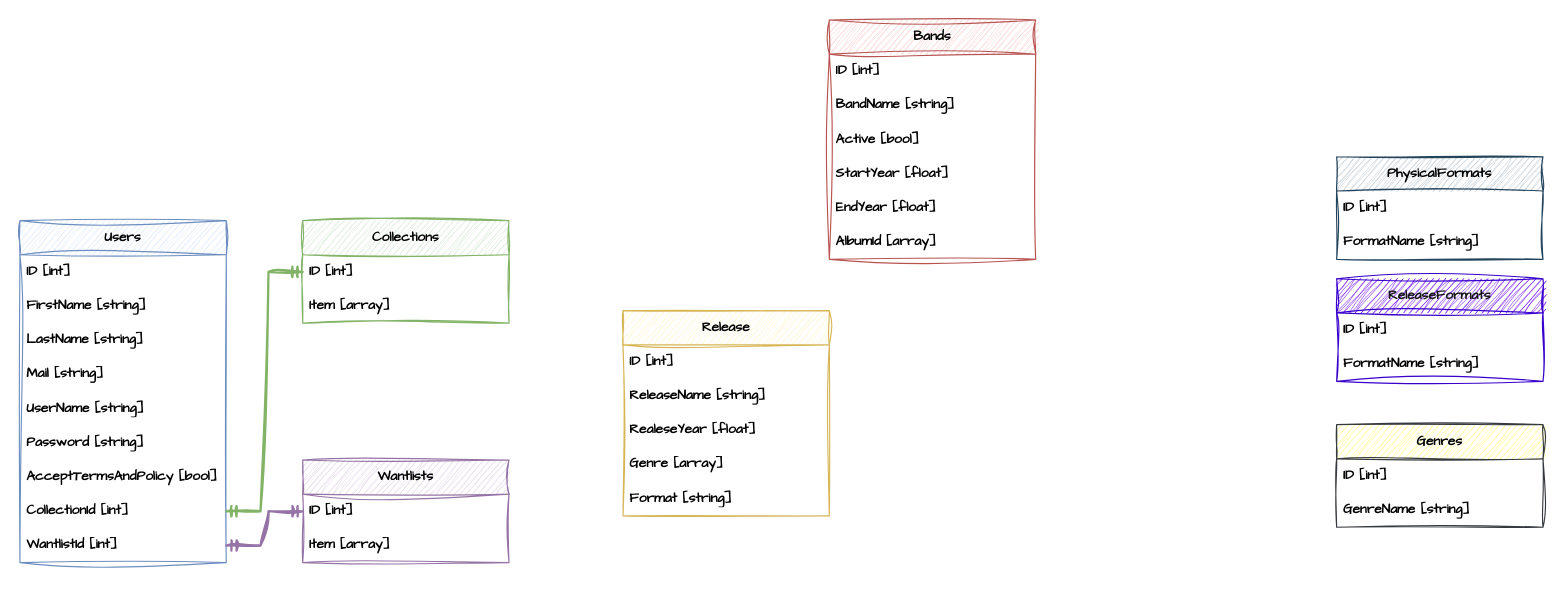
The draw.io diagram CollectionDiagram.drawio in AzadeganFreedom/CollectionDiagram, before the edit. Source tidied: cells renumbered, new cells numbered last; positions are measured from the earlier drawing's top-left corner, leaving out a move shared by most shapes. Both pictures are drawn from the tidied source at 114%, with x=0, y=0 at pixel (19, 19).
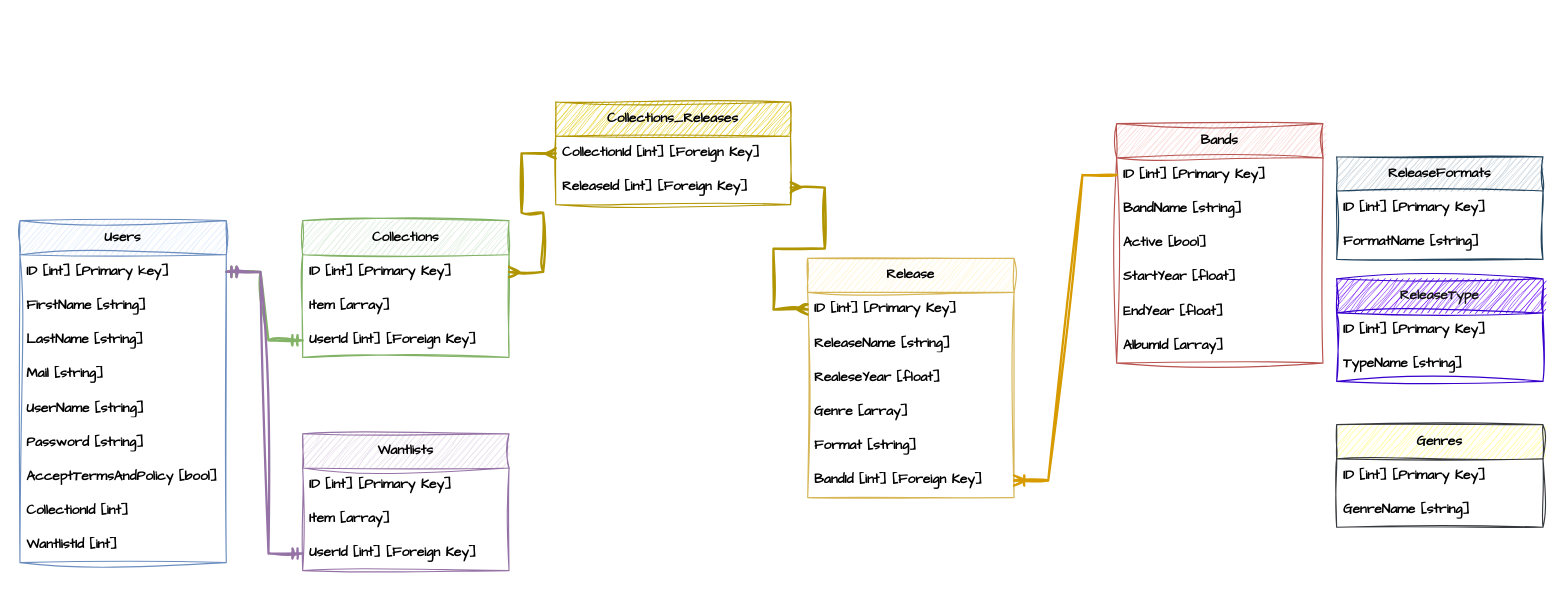
After the change.

Unchanged cells that the change refers to:
```xml
<mxCell id="2" value="&lt;span&gt;Users&lt;/span&gt;" style="swimlane;fontStyle=1;horizontal=1;startSize=30;whiteSpace=wrap;html=1;sketch=1;hachureGap=4;jiggle=2;curveFitting=1;fontFamily=Architects Daughter;fillColor=#dae8fc;strokeColor=#6c8ebf;" parent="1" vertex="1">
  <mxGeometry y="176" width="181" height="300" as="geometry" />
</mxCell>
<mxCell id="10" value="CollectionId [int]" style="text;strokeColor=none;fillColor=none;align=left;verticalAlign=middle;spacingLeft=4;spacingRight=4;overflow=hidden;points=[[0,0.5],[1,0.5]];portConstraint=eastwest;whiteSpace=wrap;html=1;fontFamily=Architects Daughter;fontStyle=1;" parent="2" vertex="1">
  <mxGeometry y="240" width="181" height="30" as="geometry" />
</mxCell>
<mxCell id="11" value="WantlistId [int]" style="text;strokeColor=none;fillColor=none;align=left;verticalAlign=middle;spacingLeft=4;spacingRight=4;overflow=hidden;points=[[0,0.5],[1,0.5]];portConstraint=eastwest;whiteSpace=wrap;html=1;fontFamily=Architects Daughter;fontStyle=1;" parent="2" vertex="1">
  <mxGeometry y="270" width="181" height="30" as="geometry" />
</mxCell>
<mxCell id="28" value="&lt;span&gt;Genres&lt;/span&gt;" style="swimlane;fontStyle=1;horizontal=1;startSize=30;whiteSpace=wrap;html=1;sketch=1;hachureGap=4;jiggle=2;curveFitting=1;fontFamily=Architects Daughter;fillColor=#ffff88;strokeColor=#36393d;" parent="1" vertex="1">
  <mxGeometry x="1155" y="355" width="181" height="90" as="geometry" />
</mxCell>
```

The edit, as a diff of the source:
```diff
@@
-    <mxCell id="3" value="ID [int]" style="text;strokeColor=none;fillColor=none;align=left;verticalAlign=middle;spacingLeft=4;spacingRight=4;overflow=hidden;points=[[0,0.5],[1,0.5]];portConstraint=eastwest;whiteSpace=wrap;html=1;fontFamily=Architects Daughter;fontStyle=1;" parent="2" vertex="1">
+    <mxCell id="3" value="ID [int] [Primary key]" style="text;strokeColor=none;fillColor=none;align=left;verticalAlign=middle;spacingLeft=4;spacingRight=4;overflow=hidden;points=[[0,0.5],[1,0.5]];portConstraint=eastwest;whiteSpace=wrap;html=1;fontFamily=Architects Daughter;fontStyle=1;" parent="2" vertex="1">
       <mxGeometry y="30" width="181" height="30" as="geometry" />
     </mxCell>
@@
     <mxCell id="12" value="&lt;span&gt;Collections&lt;/span&gt;" style="swimlane;fontStyle=1;horizontal=1;startSize=30;whiteSpace=wrap;html=1;sketch=1;hachureGap=4;jiggle=2;curveFitting=1;fontFamily=Architects Daughter;fillColor=#d5e8d4;strokeColor=#82b366;" parent="1" vertex="1">
-      <mxGeometry x="248" y="176" width="181" height="90" as="geometry" />
+      <mxGeometry x="248" y="176" width="181" height="120" as="geometry" />
     </mxCell>
-    <mxCell id="13" value="ID [int]" style="text;strokeColor=none;fillColor=none;align=left;verticalAlign=middle;spacingLeft=4;spacingRight=4;overflow=hidden;points=[[0,0.5],[1,0.5]];portConstraint=eastwest;whiteSpace=wrap;html=1;fontFamily=Architects Daughter;fontStyle=1;" parent="12" vertex="1">
+    <mxCell id="13" value="ID [int] [Primary Key]" style="text;strokeColor=none;fillColor=none;align=left;verticalAlign=middle;spacingLeft=4;spacingRight=4;overflow=hidden;points=[[0,0.5],[1,0.5]];portConstraint=eastwest;whiteSpace=wrap;html=1;fontFamily=Architects Daughter;fontStyle=1;" parent="12" vertex="1">
       <mxGeometry y="30" width="181" height="30" as="geometry" />
     </mxCell>
@@
+    <mxCell id="42" value="UserId [int] [Foreign Key]" style="text;strokeColor=none;fillColor=none;align=left;verticalAlign=middle;spacingLeft=4;spacingRight=4;overflow=hidden;points=[[0,0.5],[1,0.5]];portConstraint=eastwest;whiteSpace=wrap;html=1;fontFamily=Architects Daughter;fontStyle=1;" parent="12" vertex="1">
+      <mxGeometry y="90" width="181" height="30" as="geometry" />
+    </mxCell>
     <mxCell id="15" value="&lt;span&gt;Bands&lt;/span&gt;" style="swimlane;fontStyle=1;horizontal=1;startSize=30;whiteSpace=wrap;html=1;sketch=1;hachureGap=4;jiggle=2;curveFitting=1;fontFamily=Architects Daughter;fillColor=#f8cecc;strokeColor=#b85450;" parent="1" vertex="1">
-      <mxGeometry x="710" width="181" height="210" as="geometry" />
+      <mxGeometry x="962" y="91" width="181" height="210" as="geometry" />
     </mxCell>
-    <mxCell id="16" value="ID [int]" style="text;strokeColor=none;fillColor=none;align=left;verticalAlign=middle;spacingLeft=4;spacingRight=4;overflow=hidden;points=[[0,0.5],[1,0.5]];portConstraint=eastwest;whiteSpace=wrap;html=1;fontFamily=Architects Daughter;fontStyle=1;" parent="15" vertex="1">
+    <mxCell id="16" value="ID [int] [Primary Key]" style="text;strokeColor=none;fillColor=none;align=left;verticalAlign=middle;spacingLeft=4;spacingRight=4;overflow=hidden;points=[[0,0.5],[1,0.5]];portConstraint=eastwest;whiteSpace=wrap;html=1;fontFamily=Architects Daughter;fontStyle=1;" parent="15" vertex="1">
       <mxGeometry y="30" width="181" height="30" as="geometry" />
     </mxCell>
@@
     <mxCell id="22" value="&lt;span&gt;Release&lt;/span&gt;" style="swimlane;fontStyle=1;horizontal=1;startSize=30;whiteSpace=wrap;html=1;sketch=1;hachureGap=4;jiggle=2;curveFitting=1;fontFamily=Architects Daughter;fillColor=#fff2cc;strokeColor=#d6b656;" parent="1" vertex="1">
-      <mxGeometry x="529" y="255" width="181" height="180" as="geometry" />
+      <mxGeometry x="691" y="209" width="181" height="210" as="geometry" />
     </mxCell>
-    <mxCell id="23" value="ID [int]" style="text;strokeColor=none;fillColor=none;align=left;verticalAlign=middle;spacingLeft=4;spacingRight=4;overflow=hidden;points=[[0,0.5],[1,0.5]];portConstraint=eastwest;whiteSpace=wrap;html=1;fontFamily=Architects Daughter;fontStyle=1;" parent="22" vertex="1">
+    <mxCell id="23" value="ID [int] [Primary Key]" style="text;strokeColor=none;fillColor=none;align=left;verticalAlign=middle;spacingLeft=4;spacingRight=4;overflow=hidden;points=[[0,0.5],[1,0.5]];portConstraint=eastwest;whiteSpace=wrap;html=1;fontFamily=Architects Daughter;fontStyle=1;" parent="22" vertex="1">
       <mxGeometry y="30" width="181" height="30" as="geometry" />
     </mxCell>
@@
+    <mxCell id="43" value="BandId [int] [Foreign Key]" style="text;strokeColor=none;fillColor=none;align=left;verticalAlign=middle;spacingLeft=4;spacingRight=4;overflow=hidden;points=[[0,0.5],[1,0.5]];portConstraint=eastwest;whiteSpace=wrap;html=1;fontFamily=Architects Daughter;fontStyle=1;" parent="22" vertex="1">
+      <mxGeometry y="180" width="181" height="30" as="geometry" />
+    </mxCell>
@@
-    <mxCell id="29" value="ID [int]" style="text;strokeColor=none;fillColor=none;align=left;verticalAlign=middle;spacingLeft=4;spacingRight=4;overflow=hidden;whiteSpace=wrap;html=1;fontFamily=Architects Daughter;fontStyle=1;" parent="28" vertex="1">
+    <mxCell id="29" value="ID [int] [Primary Key]" style="text;strokeColor=none;fillColor=none;align=left;verticalAlign=middle;spacingLeft=4;spacingRight=4;overflow=hidden;whiteSpace=wrap;html=1;fontFamily=Architects Daughter;fontStyle=1;" parent="28" vertex="1">
       <mxGeometry y="30" width="181" height="30" as="geometry" />
     </mxCell>
@@
     <mxCell id="31" value="&lt;span&gt;Wantlists&lt;/span&gt;" style="swimlane;fontStyle=1;horizontal=1;startSize=30;whiteSpace=wrap;html=1;sketch=1;hachureGap=4;jiggle=2;curveFitting=1;fontFamily=Architects Daughter;fillColor=#e1d5e7;strokeColor=#9673a6;" parent="1" vertex="1">
-      <mxGeometry x="248" y="386" width="181" height="90" as="geometry" />
+      <mxGeometry x="248" y="363" width="181" height="120" as="geometry" />
     </mxCell>
-    <mxCell id="32" value="ID [int]" style="text;strokeColor=none;fillColor=none;align=left;verticalAlign=middle;spacingLeft=4;spacingRight=4;overflow=hidden;points=[[0,0.5],[1,0.5]];portConstraint=eastwest;whiteSpace=wrap;html=1;fontFamily=Architects Daughter;fontStyle=1;" parent="31" vertex="1">
+    <mxCell id="32" value="ID [int] [Primary Key]" style="text;strokeColor=none;fillColor=none;align=left;verticalAlign=middle;spacingLeft=4;spacingRight=4;overflow=hidden;points=[[0,0.5],[1,0.5]];portConstraint=eastwest;whiteSpace=wrap;html=1;fontFamily=Architects Daughter;fontStyle=1;" parent="31" vertex="1">
       <mxGeometry y="30" width="181" height="30" as="geometry" />
     </mxCell>
@@
+    <mxCell id="44" value="UserId [int] [Foreign Key]" style="text;strokeColor=none;fillColor=none;align=left;verticalAlign=middle;spacingLeft=4;spacingRight=4;overflow=hidden;points=[[0,0.5],[1,0.5]];portConstraint=eastwest;whiteSpace=wrap;html=1;fontFamily=Architects Daughter;fontStyle=1;" parent="31" vertex="1">
+      <mxGeometry y="90" width="181" height="30" as="geometry" />
+    </mxCell>
-    <mxCell id="34" value="&lt;span&gt;ReleaseFormats&lt;/span&gt;" style="swimlane;fontStyle=1;horizontal=1;startSize=30;whiteSpace=wrap;html=1;sketch=1;hachureGap=4;jiggle=2;curveFitting=1;fontFamily=Architects Daughter;fillColor=#6a00ff;strokeColor=#3700CC;fontColor=#141414;labelBorderColor=none;" parent="1" vertex="1">
+    <mxCell id="34" value="&lt;span&gt;ReleaseType&lt;/span&gt;" style="swimlane;fontStyle=1;horizontal=1;startSize=30;whiteSpace=wrap;html=1;sketch=1;hachureGap=4;jiggle=2;curveFitting=1;fontFamily=Architects Daughter;fillColor=#6a00ff;strokeColor=#3700CC;fontColor=#141414;labelBorderColor=none;" parent="1" vertex="1">
       <mxGeometry x="1155" y="227" width="181" height="90" as="geometry" />
     </mxCell>
-    <mxCell id="35" value="ID [int]" style="text;strokeColor=none;fillColor=none;align=left;verticalAlign=middle;spacingLeft=4;spacingRight=4;overflow=hidden;whiteSpace=wrap;html=1;fontFamily=Architects Daughter;fontStyle=1;" parent="34" vertex="1">
+    <mxCell id="35" value="ID [int] [Primary Key]" style="text;strokeColor=none;fillColor=none;align=left;verticalAlign=middle;spacingLeft=4;spacingRight=4;overflow=hidden;whiteSpace=wrap;html=1;fontFamily=Architects Daughter;fontStyle=1;" parent="34" vertex="1">
       <mxGeometry y="30" width="181" height="30" as="geometry" />
     </mxCell>
-    <mxCell id="36" value="FormatName [string]" style="text;strokeColor=none;fillColor=none;align=left;verticalAlign=middle;spacingLeft=4;spacingRight=4;overflow=hidden;whiteSpace=wrap;html=1;fontFamily=Architects Daughter;fontStyle=1;" parent="34" vertex="1">
+    <mxCell id="36" value="TypeName [string]" style="text;strokeColor=none;fillColor=none;align=left;verticalAlign=middle;spacingLeft=4;spacingRight=4;overflow=hidden;whiteSpace=wrap;html=1;fontFamily=Architects Daughter;fontStyle=1;" parent="34" vertex="1">
       <mxGeometry y="60" width="181" height="30" as="geometry" />
     </mxCell>
-    <mxCell id="37" style="edgeStyle=entityRelationEdgeStyle;fontSize=12;html=1;endArrow=ERmandOne;startArrow=ERmandOne;rounded=0;sketch=1;hachureGap=4;jiggle=2;curveFitting=1;fontFamily=Architects Daughter;strokeWidth=2;fillColor=#d5e8d4;strokeColor=#82b366;entryX=0;entryY=0.5;entryDx=0;entryDy=0;exitX=1;exitY=0.5;exitDx=0;exitDy=0;" parent="1" edge="1" source="10" target="13">
+    <mxCell id="37" style="edgeStyle=entityRelationEdgeStyle;fontSize=12;html=1;endArrow=ERmandOne;startArrow=ERmandOne;rounded=0;sketch=1;hachureGap=4;jiggle=2;curveFitting=1;fontFamily=Architects Daughter;strokeWidth=2;fillColor=#d5e8d4;strokeColor=#82b366;entryX=0;entryY=0.5;entryDx=0;entryDy=0;exitX=1;exitY=0.5;exitDx=0;exitDy=0;" parent="1" edge="1" source="3" target="42">
       <mxGeometry relative="1" as="geometry" />
     </mxCell>
-    <mxCell id="38" style="edgeStyle=entityRelationEdgeStyle;fontSize=12;html=1;endArrow=ERmandOne;startArrow=ERmandOne;rounded=0;sketch=1;hachureGap=4;jiggle=2;curveFitting=1;fontFamily=Architects Daughter;strokeWidth=2;fillColor=#e1d5e7;strokeColor=#9673a6;entryX=0;entryY=0.5;entryDx=0;entryDy=0;exitX=1;exitY=0.5;exitDx=0;exitDy=0;" parent="1" edge="1" source="11" target="32">
+    <mxCell id="38" style="edgeStyle=entityRelationEdgeStyle;fontSize=12;html=1;endArrow=ERmandOne;startArrow=ERmandOne;rounded=0;sketch=1;hachureGap=4;jiggle=2;curveFitting=1;fontFamily=Architects Daughter;strokeWidth=2;fillColor=#e1d5e7;strokeColor=#9673a6;entryX=0;entryY=0.5;entryDx=0;entryDy=0;exitX=1;exitY=0.5;exitDx=0;exitDy=0;" parent="1" edge="1" source="3" target="44">
       <mxGeometry relative="1" as="geometry" />
     </mxCell>
-    <mxCell id="39" value="&lt;span&gt;PhysicalFormats&lt;/span&gt;" style="swimlane;fontStyle=1;horizontal=1;startSize=30;whiteSpace=wrap;html=1;sketch=1;hachureGap=4;jiggle=2;curveFitting=1;fontFamily=Architects Daughter;fillColor=#bac8d3;strokeColor=#23445d;labelBorderColor=none;" parent="1" vertex="1">
+    <mxCell id="39" value="&lt;span&gt;ReleaseFormats&lt;/span&gt;" style="swimlane;fontStyle=1;horizontal=1;startSize=30;whiteSpace=wrap;html=1;sketch=1;hachureGap=4;jiggle=2;curveFitting=1;fontFamily=Architects Daughter;fillColor=#bac8d3;strokeColor=#23445d;labelBorderColor=none;" parent="1" vertex="1">
       <mxGeometry x="1155" y="120" width="181" height="90" as="geometry" />
     </mxCell>
-    <mxCell id="40" value="ID [int]" style="text;strokeColor=none;fillColor=none;align=left;verticalAlign=middle;spacingLeft=4;spacingRight=4;overflow=hidden;whiteSpace=wrap;html=1;fontFamily=Architects Daughter;fontStyle=1;" parent="39" vertex="1">
+    <mxCell id="40" value="ID [int] [Primary Key]" style="text;strokeColor=none;fillColor=none;align=left;verticalAlign=middle;spacingLeft=4;spacingRight=4;overflow=hidden;whiteSpace=wrap;html=1;fontFamily=Architects Daughter;fontStyle=1;" parent="39" vertex="1">
       <mxGeometry y="30" width="181" height="30" as="geometry" />
     </mxCell>
@@
+    <mxCell id="45" style="edgeStyle=entityRelationEdgeStyle;fontSize=12;html=1;endArrow=ERoneToMany;rounded=0;sketch=1;hachureGap=4;jiggle=2;curveFitting=1;fontFamily=Architects Daughter;fillColor=#ffe6cc;strokeColor=#d79b00;strokeWidth=2;exitX=0;exitY=0.5;exitDx=0;exitDy=0;entryX=1;entryY=0.5;entryDx=0;entryDy=0;" parent="1" edge="1" source="16" target="43">
+      <mxGeometry relative="1" as="geometry" />
+    </mxCell>
+    <mxCell id="46" value="&lt;span&gt;Collections_Releases&lt;/span&gt;" style="swimlane;fontStyle=1;horizontal=1;startSize=30;whiteSpace=wrap;html=1;sketch=1;hachureGap=4;jiggle=2;curveFitting=1;fontFamily=Architects Daughter;fillColor=#e3c800;strokeColor=#B09500;fontColor=#000000;" parent="1" vertex="1">
+      <mxGeometry x="470" y="72" width="206" height="90" as="geometry" />
+    </mxCell>
+    <mxCell id="47" value="CollectionId [int] [Foreign Key]" style="text;strokeColor=none;fillColor=none;align=left;verticalAlign=middle;spacingLeft=4;spacingRight=4;overflow=hidden;points=[[0,0.5],[1,0.5]];portConstraint=eastwest;whiteSpace=wrap;html=1;fontFamily=Architects Daughter;fontStyle=1;" parent="46" vertex="1">
+      <mxGeometry y="30" width="206" height="30" as="geometry" />
+    </mxCell>
+    <mxCell id="48" value="ReleaseId [int] [Foreign Key]" style="text;strokeColor=none;fillColor=none;align=left;verticalAlign=middle;spacingLeft=4;spacingRight=4;overflow=hidden;points=[[0,0.5],[1,0.5]];portConstraint=eastwest;whiteSpace=wrap;html=1;fontFamily=Architects Daughter;fontStyle=1;" parent="46" vertex="1">
+      <mxGeometry y="60" width="206" height="30" as="geometry" />
+    </mxCell>
+    <mxCell id="49" style="edgeStyle=entityRelationEdgeStyle;fontSize=12;html=1;endArrow=ERmany;startArrow=ERmany;rounded=0;sketch=1;hachureGap=4;jiggle=2;curveFitting=1;fontFamily=Architects Daughter;strokeWidth=2;fillColor=#e3c800;strokeColor=#B09500;exitX=1;exitY=0.5;exitDx=0;exitDy=0;entryX=0;entryY=0.5;entryDx=0;entryDy=0;" parent="1" edge="1" source="13" target="47">
+      <mxGeometry relative="1" as="geometry" />
+    </mxCell>
+    <mxCell id="50" style="edgeStyle=entityRelationEdgeStyle;fontSize=12;html=1;endArrow=ERmany;startArrow=ERmany;rounded=0;sketch=1;hachureGap=4;jiggle=2;curveFitting=1;fontFamily=Architects Daughter;strokeWidth=2;fillColor=#e3c800;strokeColor=#B09500;exitX=0;exitY=0.5;exitDx=0;exitDy=0;entryX=1;entryY=0.5;entryDx=0;entryDy=0;" parent="1" edge="1" source="23" target="48">
+      <mxGeometry relative="1" as="geometry" />
+    </mxCell>
```
